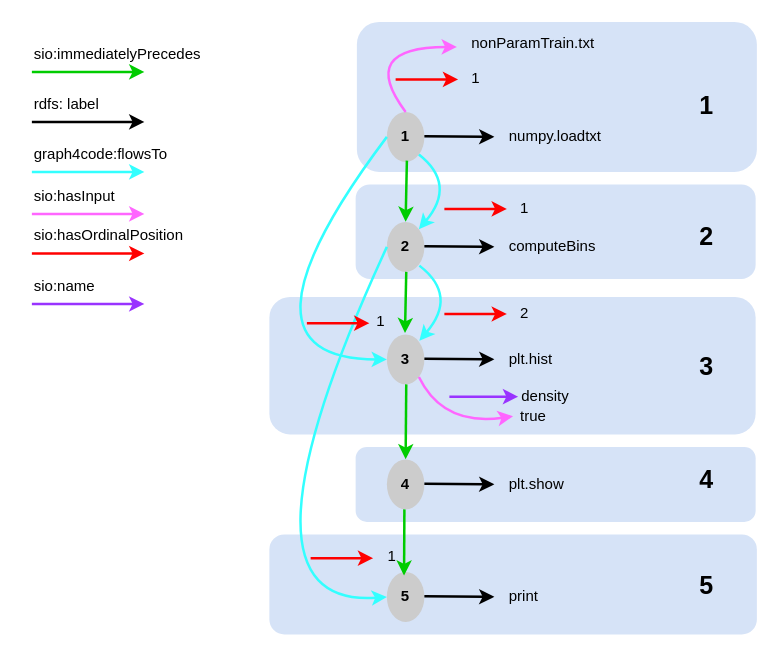
Above: graphgen-proposal/dataflow-graph.drawio in leonchemnitz/ai4ca_sandbox (draw.io), before the change. Source tidied: cells renumbered, new cells numbered last; positions are measured from the earlier drawing's top-left corner, leaving out a move shared by most shapes. Both pictures are drawn from the tidied source at 125%, with x=0, y=0 at pixel (31, 21).
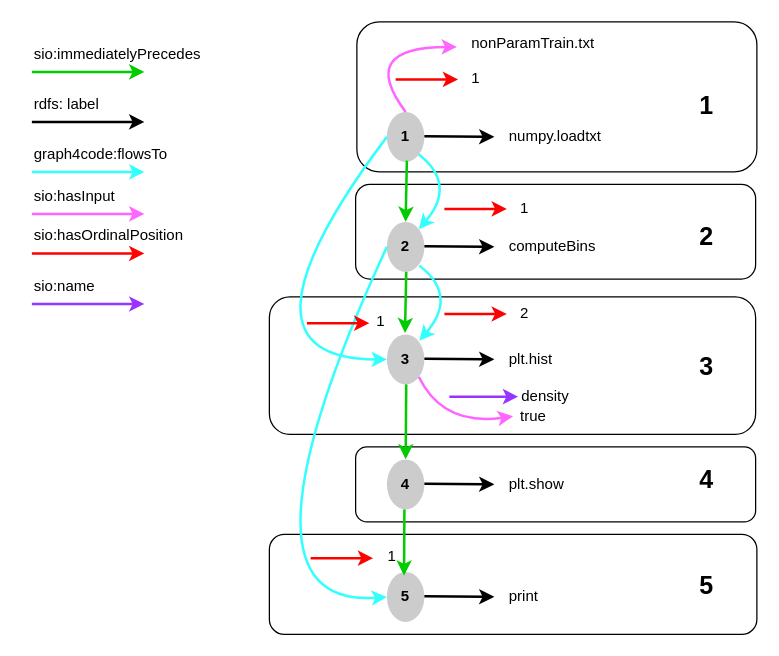
Above is the later version.

The edit, as a diff of the source:
```diff
@@
-    <mxCell id="2" style="rounded=1;whiteSpace=wrap;html=1;fillColor=#D6E3F7;strokeColor=none;" parent="1" vertex="1">
+    <mxCell id="2" style="rounded=1;whiteSpace=wrap;html=1;" parent="1" vertex="1">
       <mxGeometry x="190" y="410" width="390" height="80" as="geometry" />
     </mxCell>
-    <mxCell id="3" style="rounded=1;whiteSpace=wrap;html=1;fillColor=#D6E3F7;strokeColor=none;" parent="1" vertex="1">
+    <mxCell id="3" style="rounded=1;whiteSpace=wrap;html=1;" parent="1" vertex="1">
       <mxGeometry x="259" y="340" width="320" height="60" as="geometry" />
     </mxCell>
-    <mxCell id="4" style="rounded=1;whiteSpace=wrap;html=1;fillColor=#D6E3F7;strokeColor=none;" parent="1" vertex="1">
+    <mxCell id="4" style="rounded=1;whiteSpace=wrap;html=1;" parent="1" vertex="1">
       <mxGeometry x="190" y="220" width="389" height="110" as="geometry" />
     </mxCell>
-    <mxCell id="5" style="rounded=1;whiteSpace=wrap;html=1;fillColor=#D6E3F7;strokeColor=none;" parent="1" vertex="1">
+    <mxCell id="5" style="rounded=1;whiteSpace=wrap;html=1;" parent="1" vertex="1">
       <mxGeometry x="259" y="130" width="320" height="75.7" as="geometry" />
     </mxCell>
-    <mxCell id="6" style="rounded=1;whiteSpace=wrap;html=1;fillColor=#D6E3F7;strokeColor=none;" parent="1" vertex="1">
+    <mxCell id="6" style="rounded=1;whiteSpace=wrap;html=1;" parent="1" vertex="1">
       <mxGeometry x="260" width="320" height="120" as="geometry" />
     </mxCell>
```
